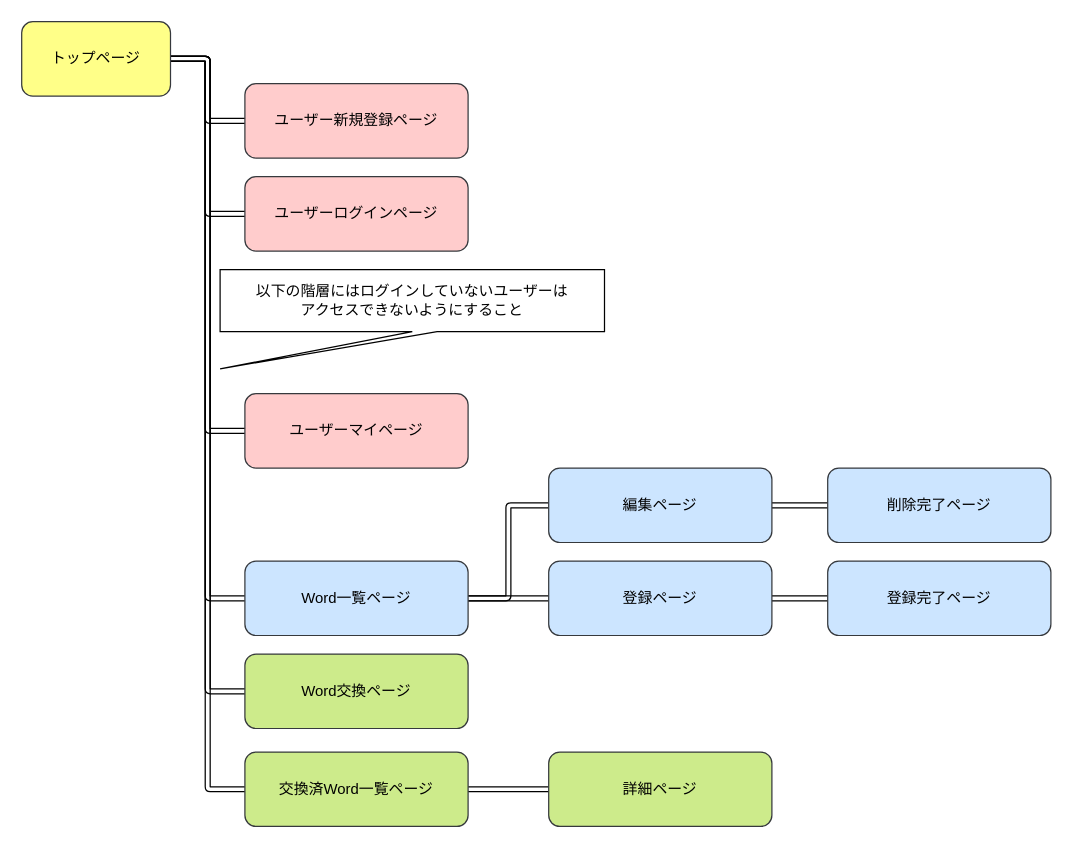
This is 画面遷移図.dio from portfoliokns/word_experience, a draw.io file, before an edit. Source tidied: cells renumbered, new cells numbered last; positions are measured from the earlier drawing's top-left corner, leaving out a move shared by most shapes. Both pictures are drawn from the tidied source at 124%, with x=0, y=0 at pixel (21, 21).
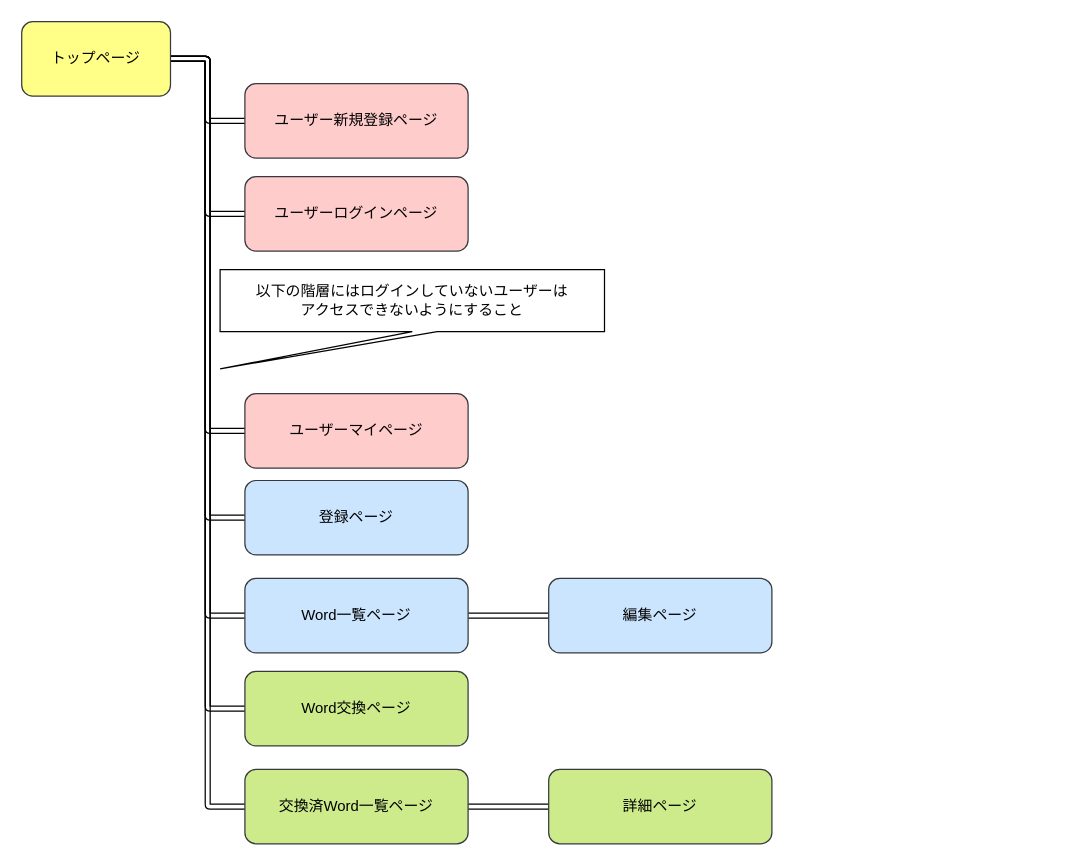
The same diagram, later.

The change refers to these unchanged cells:
```xml
<mxCell id="8" value="&lt;font color=&quot;#000000&quot;&gt;トップページ&lt;/font&gt;" style="rounded=1;whiteSpace=wrap;html=1;fillColor=#ffff88;strokeColor=#36393d;" parent="1" vertex="1">
  <mxGeometry width="120" height="60" as="geometry" />
</mxCell>
```

Diff of the diagram source:
```diff
@@
+    <mxCell id="26" style="edgeStyle=orthogonalEdgeStyle;shape=link;html=1;entryX=0;entryY=0.5;entryDx=0;entryDy=0;" parent="1" edge="1" source="8" target="18">
+      <mxGeometry relative="1" as="geometry" />
+    </mxCell>
@@
-    <mxCell id="12" style="edgeStyle=orthogonalEdgeStyle;shape=link;html=1;fontColor=#000000;" parent="1" edge="1" source="14" target="18">
-      <mxGeometry relative="1" as="geometry" />
-    </mxCell>
-    <mxCell id="13" style="edgeStyle=orthogonalEdgeStyle;shape=link;html=1;entryX=0;entryY=0.5;entryDx=0;entryDy=0;fontColor=#000000;" parent="1" edge="1" source="14" target="21">
+    <mxCell id="13" style="edgeStyle=orthogonalEdgeStyle;html=1;entryX=0;entryY=0.5;entryDx=0;entryDy=0;shape=link;" parent="1" edge="1" source="14" target="21">
       <mxGeometry relative="1" as="geometry" />
     </mxCell>
     <mxCell id="14" value="&lt;font color=&quot;#000000&quot;&gt;Word一覧ページ&lt;/font&gt;" style="rounded=1;whiteSpace=wrap;html=1;fillColor=#cce5ff;strokeColor=#36393d;" parent="1" vertex="1">
-      <mxGeometry x="180" y="435" width="180" height="60" as="geometry" />
+      <mxGeometry x="180" y="449" width="180" height="60" as="geometry" />
     </mxCell>
@@
     <mxCell id="16" value="&lt;font color=&quot;#000000&quot;&gt;交換済Word一覧ページ&lt;/font&gt;" style="rounded=1;whiteSpace=wrap;html=1;fillColor=#cdeb8b;strokeColor=#36393d;" parent="1" vertex="1">
-      <mxGeometry x="180" y="589" width="180" height="60" as="geometry" />
+      <mxGeometry x="180" y="603" width="180" height="60" as="geometry" />
     </mxCell>
-    <mxCell id="17" style="edgeStyle=orthogonalEdgeStyle;shape=link;html=1;entryX=0;entryY=0.5;entryDx=0;entryDy=0;fontColor=#000000;" parent="1" edge="1" source="18" target="19">
-      <mxGeometry relative="1" as="geometry" />
-    </mxCell>
     <mxCell id="18" value="&lt;font color=&quot;#000000&quot;&gt;登録ページ&lt;/font&gt;" style="rounded=1;whiteSpace=wrap;html=1;fillColor=#cce5ff;strokeColor=#36393d;" parent="1" vertex="1">
-      <mxGeometry x="425" y="435" width="180" height="60" as="geometry" />
+      <mxGeometry x="180" y="370" width="180" height="60" as="geometry" />
     </mxCell>
-    <mxCell id="19" value="&lt;font color=&quot;#000000&quot;&gt;登録完了ページ&lt;/font&gt;" style="rounded=1;whiteSpace=wrap;html=1;fillColor=#cce5ff;strokeColor=#36393d;" parent="1" vertex="1">
-      <mxGeometry x="650" y="435" width="180" height="60" as="geometry" />
-    </mxCell>
-    <mxCell id="20" style="edgeStyle=orthogonalEdgeStyle;shape=link;html=1;fontColor=#000000;" parent="1" edge="1" source="21" target="22">
-      <mxGeometry relative="1" as="geometry" />
-    </mxCell>
     <mxCell id="21" value="&lt;font color=&quot;#000000&quot;&gt;編集ページ&lt;/font&gt;" style="rounded=1;whiteSpace=wrap;html=1;fillColor=#cce5ff;strokeColor=#36393d;" parent="1" vertex="1">
-      <mxGeometry x="425" y="360" width="180" height="60" as="geometry" />
+      <mxGeometry x="425" y="449" width="180" height="60" as="geometry" />
     </mxCell>
-    <mxCell id="22" value="&lt;font color=&quot;#000000&quot;&gt;削除完了ページ&lt;/font&gt;" style="rounded=1;whiteSpace=wrap;html=1;fillColor=#cce5ff;strokeColor=#36393d;" parent="1" vertex="1">
-      <mxGeometry x="650" y="360" width="180" height="60" as="geometry" />
-    </mxCell>
     <mxCell id="23" value="&lt;font color=&quot;#000000&quot;&gt;詳細ページ&lt;/font&gt;" style="rounded=1;whiteSpace=wrap;html=1;fillColor=#cdeb8b;strokeColor=#36393d;" parent="1" vertex="1">
-      <mxGeometry x="425" y="589" width="180" height="60" as="geometry" />
+      <mxGeometry x="425" y="603" width="180" height="60" as="geometry" />
     </mxCell>
@@
     <mxCell id="25" value="&lt;font color=&quot;#000000&quot;&gt;Word交換ページ&lt;/font&gt;" style="rounded=1;whiteSpace=wrap;html=1;fillColor=#cdeb8b;strokeColor=#36393d;" parent="1" vertex="1">
-      <mxGeometry x="180" y="510" width="180" height="60" as="geometry" />
+      <mxGeometry x="180" y="524" width="180" height="60" as="geometry" />
     </mxCell>
```
